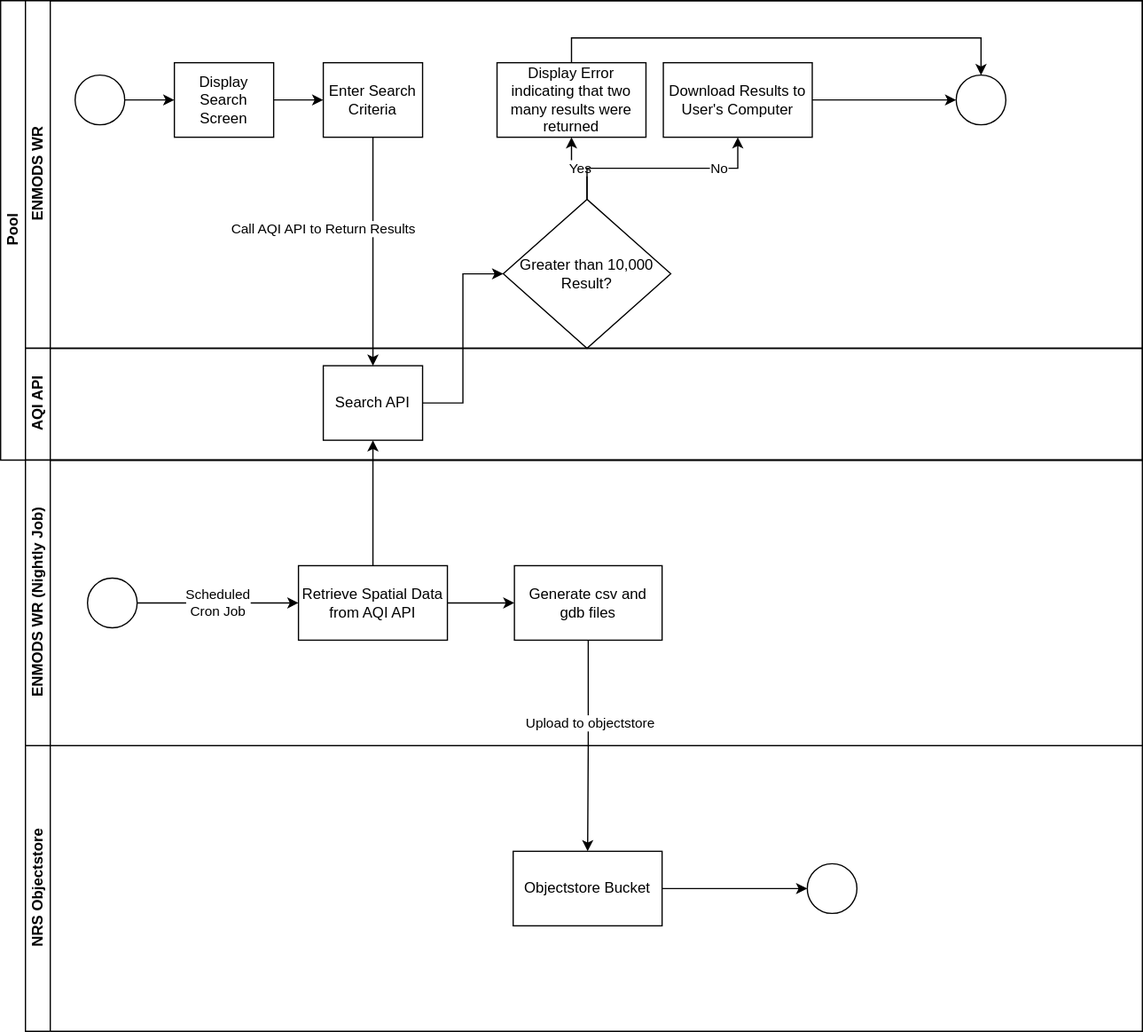
This is documentation/process.drawio.svg from bcgov/nr-enmods-wr, a draw.io export, as it was before one commit. Source tidied: cells renumbered, new cells last; positions are measured from the earlier drawing's top-left corner, leaving out a move shared by most shapes.
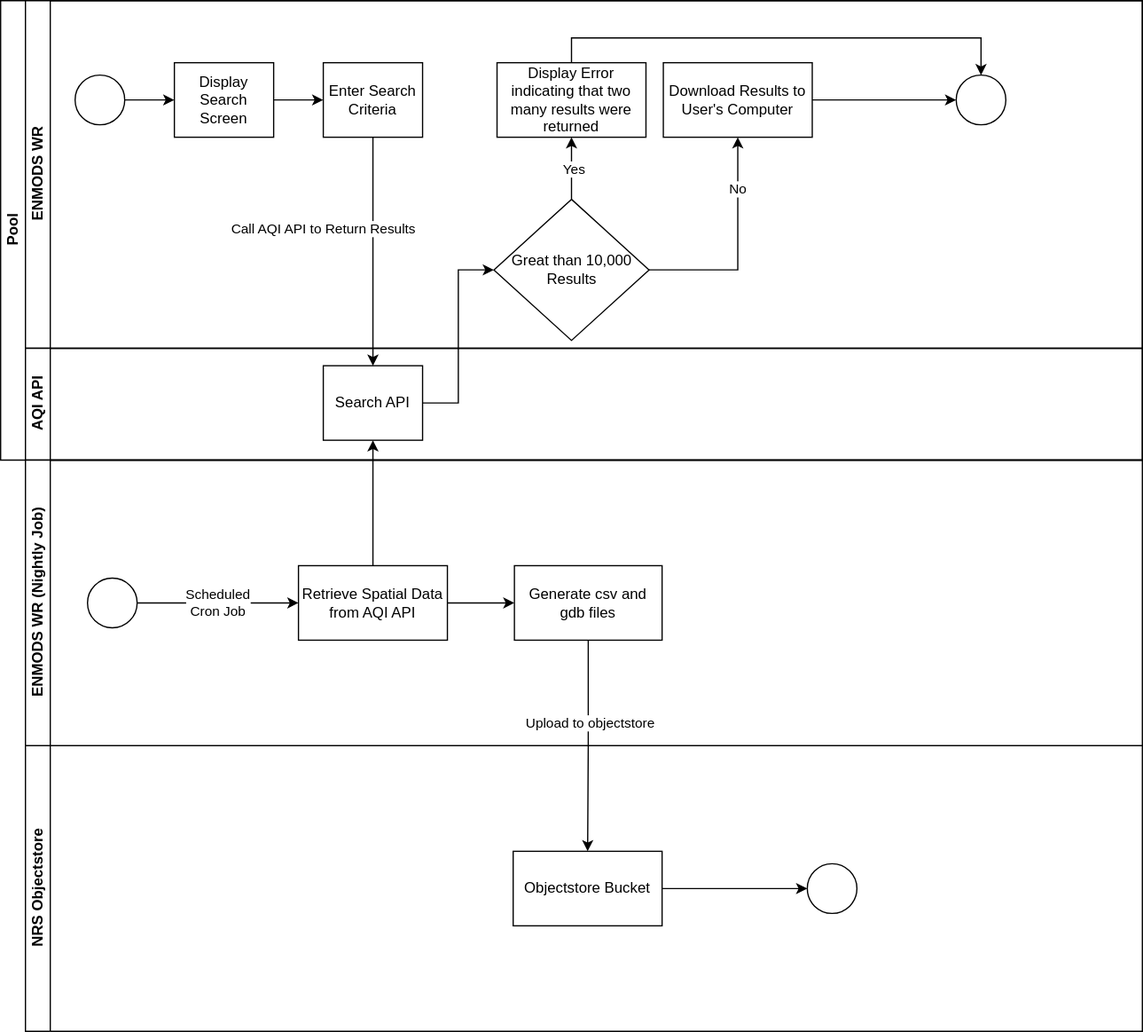
After the commit.

What changed in the source:
```diff
@@ -38,8 +38,8 @@
     <mxCell id="13" value="Download Results to User's Computer" style="rounded=0;whiteSpace=wrap;html=1;" parent="3" vertex="1">
       <mxGeometry x="514" y="50" width="120" height="60" as="geometry" />
     </mxCell>
-    <mxCell id="14" value="Greater than 10,000 Result?" style="rhombus;whiteSpace=wrap;html=1;" parent="3" vertex="1">
-      <mxGeometry x="385" y="160" width="135" height="120" as="geometry" />
+    <mxCell id="14" value="Great than 10,000 Results" style="rhombus;whiteSpace=wrap;html=1;" parent="3" vertex="1">
+      <mxGeometry x="377.5" y="160" width="125" height="113.6" as="geometry" />
     </mxCell>
     <mxCell id="15" style="edgeStyle=orthogonalEdgeStyle;rounded=0;jettySize=auto;html=1;entryX=0.5;entryY=1;entryDx=0;entryDy=0;" parent="3" edge="1" source="14" target="11">
       <mxGeometry relative="1" as="geometry" />
```
